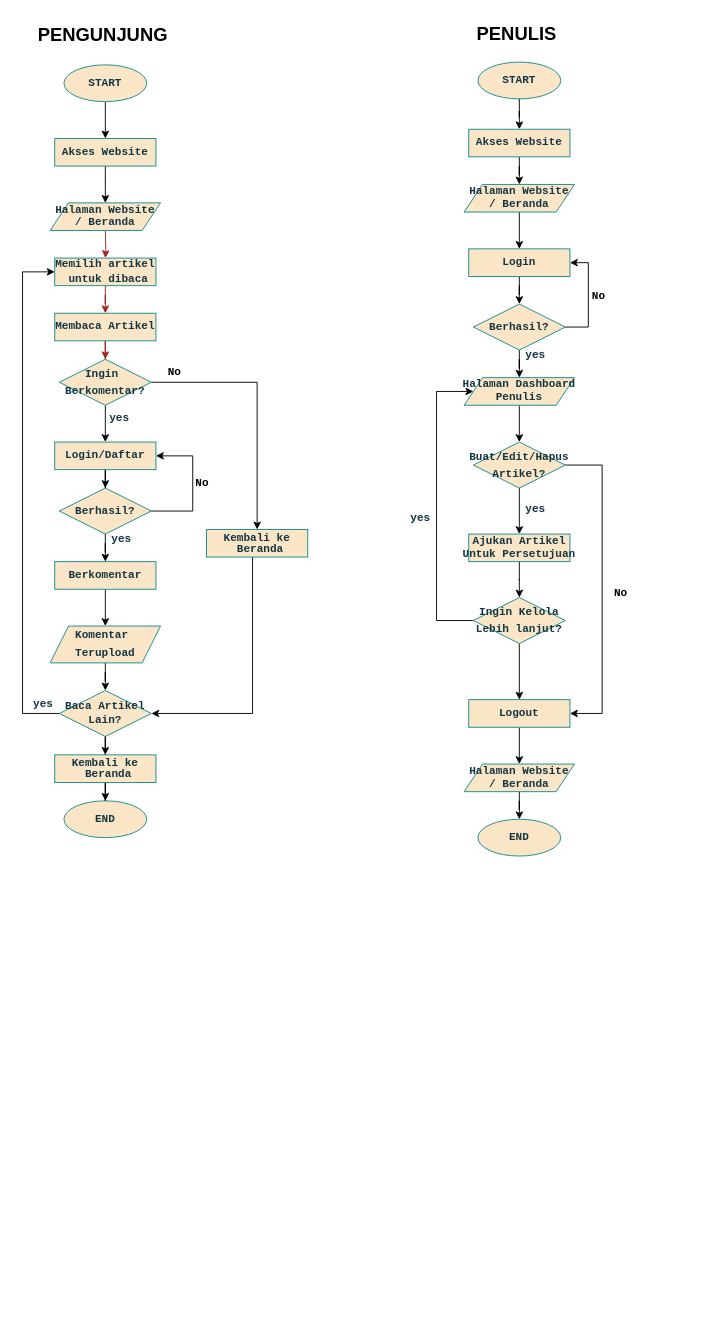
The draw.io diagram Untitled Diagram.drawio in EnjoyUrLife69/ARTICLE, before the edit. Source tidied: cells renumbered, new cells numbered last; positions are measured from the earlier drawing's top-left corner, leaving out a move shared by most shapes. Both pictures are drawn from the tidied source at 92%, with x=0, y=0 at pixel (22, 16).
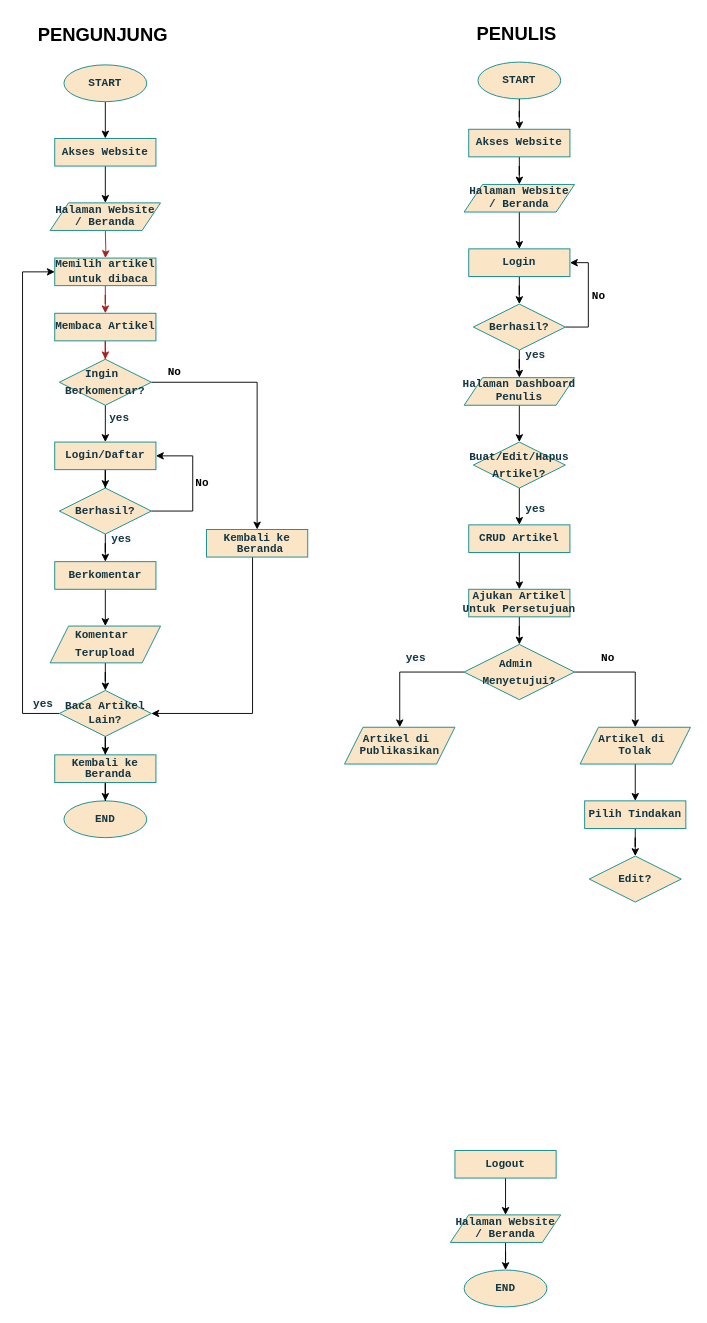
Above is the later version.

The change refers to these unchanged cells:
```xml
<mxCell id="53" value="&lt;pre style=&quot;line-height: 10%;&quot;&gt;Halaman Dashboard&lt;/pre&gt;&lt;pre style=&quot;line-height: 10%;&quot;&gt;Penulis&lt;/pre&gt;" style="shape=parallelogram;perimeter=parallelogramPerimeter;whiteSpace=wrap;html=1;fixedSize=1;fillColor=#FAE5C7;strokeColor=#0F8B8D;fontColor=#143642;labelBackgroundColor=none;fontStyle=1;" parent="1" vertex="1">
  <mxGeometry x="480" y="393" width="120" height="30" as="geometry" />
</mxCell>
<mxCell id="56" value="&lt;pre style=&quot;line-height: 50%;&quot;&gt;Buat/Edit/Hapus&lt;/pre&gt;&lt;pre style=&quot;line-height: 50%;&quot;&gt;Artikel?&lt;/pre&gt;" style="rhombus;whiteSpace=wrap;html=1;fillColor=#FAE5C7;strokeColor=#0F8B8D;fontColor=#143642;labelBackgroundColor=none;fontStyle=1;" parent="1" vertex="1">
  <mxGeometry x="490" y="463" width="100" height="50" as="geometry" />
</mxCell>
```

Change to the diagram source:
```diff
@@
-    <mxCell id="54" style="edgeStyle=orthogonalEdgeStyle;rounded=0;jettySize=auto;html=1;entryX=0.5;entryY=0;entryDx=0;entryDy=0;" parent="1" edge="1" source="56" target="59">
-      <mxGeometry relative="1" as="geometry" />
-    </mxCell>
-    <mxCell id="55" style="edgeStyle=orthogonalEdgeStyle;rounded=0;jettySize=auto;html=1;entryX=1;entryY=0.5;entryDx=0;entryDy=0;" parent="1" edge="1" source="56" target="65">
-      <mxGeometry relative="1" as="geometry">
-        <Array as="points">
-          <mxPoint x="630" y="488" />
-          <mxPoint x="630" y="758" />
-        </Array>
-      </mxGeometry>
-    </mxCell>
+    <mxCell id="72" style="edgeStyle=orthogonalEdgeStyle;rounded=0;jettySize=auto;html=1;" parent="1" edge="1" source="56" target="76">
+      <mxGeometry relative="1" as="geometry" />
+    </mxCell>
@@
     <mxCell id="59" value="&lt;pre style=&quot;line-height: 10%;&quot;&gt;Ajukan Artikel&lt;/pre&gt;&lt;pre style=&quot;line-height: 10%;&quot;&gt;Untuk Persetujuan&lt;/pre&gt;" style="whiteSpace=wrap;html=1;labelBackgroundColor=none;fillColor=#FAE5C7;strokeColor=#0F8B8D;fontColor=#143642;fontStyle=1;" parent="1" vertex="1">
-      <mxGeometry x="485" y="563" width="110" height="30" as="geometry" />
+      <mxGeometry x="485" y="623" width="110" height="30" as="geometry" />
     </mxCell>
-    <mxCell id="60" value="&lt;pre&gt;&lt;b&gt;No&lt;/b&gt;&lt;/pre&gt;" style="text;html=1;align=center;verticalAlign=middle;strokeColor=none;fillColor=none;" parent="1" vertex="1">
-      <mxGeometry x="630" y="603" width="40" height="50" as="geometry" />
-    </mxCell>
@@
     <mxCell id="63" value="&lt;pre&gt;END&lt;/pre&gt;" style="ellipse;whiteSpace=wrap;html=1;labelBackgroundColor=none;fillColor=#FAE5C7;strokeColor=#0F8B8D;fontColor=#143642;fontStyle=1;" parent="1" vertex="1">
-      <mxGeometry x="495" y="873" width="90" height="40" as="geometry" />
+      <mxGeometry x="480" y="1363" width="90" height="40" as="geometry" />
     </mxCell>
@@
     <mxCell id="65" value="&lt;pre style=&quot;line-height: 10%;&quot;&gt;Logout&lt;/pre&gt;" style="whiteSpace=wrap;html=1;labelBackgroundColor=none;fillColor=#FAE5C7;strokeColor=#0F8B8D;fontColor=#143642;fontStyle=1;" parent="1" vertex="1">
-      <mxGeometry x="485" y="743" width="110" height="30" as="geometry" />
+      <mxGeometry x="470" y="1233" width="110" height="30" as="geometry" />
     </mxCell>
@@
     <mxCell id="67" value="&lt;pre style=&quot;line-height: 10%;&quot;&gt;Halaman Website&lt;/pre&gt;&lt;pre style=&quot;line-height: 10%;&quot;&gt;/ Beranda&lt;/pre&gt;" style="shape=parallelogram;perimeter=parallelogramPerimeter;whiteSpace=wrap;html=1;fixedSize=1;fillColor=#FAE5C7;strokeColor=#0F8B8D;fontColor=#143642;labelBackgroundColor=none;fontStyle=1;" parent="1" vertex="1">
-      <mxGeometry x="480" y="813" width="120" height="30" as="geometry" />
+      <mxGeometry x="465" y="1303" width="120" height="30" as="geometry" />
     </mxCell>
-    <mxCell id="68" style="edgeStyle=orthogonalEdgeStyle;rounded=0;jettySize=auto;html=1;" parent="1" edge="1" source="70" target="65">
-      <mxGeometry relative="1" as="geometry" />
-    </mxCell>
-    <mxCell id="69" style="edgeStyle=orthogonalEdgeStyle;rounded=0;jettySize=auto;html=1;entryX=0;entryY=0.5;entryDx=0;entryDy=0;" parent="1" edge="1" source="70" target="53">
-      <mxGeometry relative="1" as="geometry">
-        <Array as="points">
-          <mxPoint x="450" y="657" />
-          <mxPoint x="450" y="408" />
-        </Array>
-      </mxGeometry>
-    </mxCell>
+    <mxCell id="73" style="edgeStyle=orthogonalEdgeStyle;rounded=0;jettySize=auto;html=1;entryX=0.5;entryY=0;entryDx=0;entryDy=0;" parent="1" edge="1" source="70" target="77">
+      <mxGeometry relative="1" as="geometry" />
+    </mxCell>
+    <mxCell id="74" style="edgeStyle=orthogonalEdgeStyle;rounded=0;jettySize=auto;html=1;entryX=0.5;entryY=0;entryDx=0;entryDy=0;" parent="1" edge="1" source="70" target="79">
+      <mxGeometry relative="1" as="geometry">
+        <Array as="points">
+          <mxPoint x="666" y="713" />
+        </Array>
+      </mxGeometry>
+    </mxCell>
-    <mxCell id="70" value="&lt;pre style=&quot;line-height: 50%;&quot;&gt;Ingin Kelola&lt;/pre&gt;&lt;pre style=&quot;line-height: 50%;&quot;&gt;Lebih lanjut?&lt;/pre&gt;" style="rhombus;whiteSpace=wrap;html=1;fillColor=#FAE5C7;strokeColor=#0F8B8D;fontColor=#143642;labelBackgroundColor=none;fontStyle=1;" parent="1" vertex="1">
-      <mxGeometry x="490" y="632" width="100" height="50" as="geometry" />
+    <mxCell id="70" value="&lt;pre style=&quot;line-height: 50%;&quot;&gt;Admin &lt;/pre&gt;&lt;pre style=&quot;line-height: 50%;&quot;&gt;Menyetujui?&lt;/pre&gt;" style="rhombus;whiteSpace=wrap;html=1;fillColor=#FAE5C7;strokeColor=#0F8B8D;fontColor=#143642;labelBackgroundColor=none;fontStyle=1;" parent="1" vertex="1">
+      <mxGeometry x="480" y="683" width="120" height="60" as="geometry" />
     </mxCell>
+    <mxCell id="75" style="edgeStyle=orthogonalEdgeStyle;rounded=0;jettySize=auto;html=1;" parent="1" edge="1" source="76" target="59">
+      <mxGeometry relative="1" as="geometry" />
+    </mxCell>
+    <mxCell id="76" value="&lt;pre style=&quot;line-height: 10%;&quot;&gt;CRUD Artikel&lt;/pre&gt;" style="whiteSpace=wrap;html=1;labelBackgroundColor=none;fillColor=#FAE5C7;strokeColor=#0F8B8D;fontColor=#143642;fontStyle=1;" parent="1" vertex="1">
+      <mxGeometry x="485" y="553" width="110" height="30" as="geometry" />
+    </mxCell>
+    <mxCell id="77" value="&lt;pre style=&quot;line-height: 10%;&quot;&gt;Artikel di &lt;/pre&gt;&lt;pre style=&quot;line-height: 10%;&quot;&gt;Publikasikan&lt;/pre&gt;" style="shape=parallelogram;perimeter=parallelogramPerimeter;whiteSpace=wrap;html=1;fixedSize=1;fillColor=#FAE5C7;strokeColor=#0F8B8D;fontColor=#143642;labelBackgroundColor=none;fontStyle=1;" parent="1" vertex="1">
+      <mxGeometry x="350" y="773" width="120" height="40" as="geometry" />
+    </mxCell>
+    <mxCell id="78" style="edgeStyle=orthogonalEdgeStyle;rounded=0;jettySize=auto;html=1;" parent="1" edge="1" source="79" target="81">
+      <mxGeometry relative="1" as="geometry" />
+    </mxCell>
+    <mxCell id="79" value="&lt;pre style=&quot;line-height: 10%;&quot;&gt;Artikel di &lt;/pre&gt;&lt;pre style=&quot;line-height: 10%;&quot;&gt;Tolak&lt;/pre&gt;" style="shape=parallelogram;perimeter=parallelogramPerimeter;whiteSpace=wrap;html=1;fixedSize=1;fillColor=#FAE5C7;strokeColor=#0F8B8D;fontColor=#143642;labelBackgroundColor=none;fontStyle=1;" parent="1" vertex="1">
+      <mxGeometry x="606" y="773" width="120" height="40" as="geometry" />
+    </mxCell>
+    <mxCell id="80" style="edgeStyle=orthogonalEdgeStyle;rounded=0;jettySize=auto;html=1;entryX=0.5;entryY=0;entryDx=0;entryDy=0;" parent="1" edge="1" source="81" target="82">
+      <mxGeometry relative="1" as="geometry" />
+    </mxCell>
+    <mxCell id="81" value="&lt;pre style=&quot;line-height: 10%;&quot;&gt;Pilih Tindakan&lt;/pre&gt;" style="whiteSpace=wrap;html=1;labelBackgroundColor=none;fillColor=#FAE5C7;strokeColor=#0F8B8D;fontColor=#143642;fontStyle=1;" parent="1" vertex="1">
+      <mxGeometry x="611" y="853" width="110" height="30" as="geometry" />
+    </mxCell>
+    <mxCell id="82" value="&lt;pre style=&quot;line-height: 50%;&quot;&gt;Edit?&lt;/pre&gt;" style="rhombus;whiteSpace=wrap;html=1;fillColor=#FAE5C7;strokeColor=#0F8B8D;fontColor=#143642;labelBackgroundColor=none;fontStyle=1;" parent="1" vertex="1">
+      <mxGeometry x="616" y="913" width="100" height="50" as="geometry" />
+    </mxCell>
     <mxCell id="71" value="&lt;pre style=&quot;forced-color-adjust: none; font-size: 12px; font-style: normal; font-variant-ligatures: normal; font-variant-caps: normal; letter-spacing: normal; orphans: 2; text-indent: 0px; text-transform: none; widows: 2; word-spacing: 0px; -webkit-text-stroke-width: 0px; text-decoration-thickness: initial; text-decoration-style: initial; text-decoration-color: initial; color: light-dark(rgb(20, 54, 66), rgb(173, 202, 213)); font-weight: 700; text-align: center; background-color: light-dark(rgb(251, 251, 251), rgb(21, 21, 21));&quot;&gt;yes&lt;/pre&gt;" style="text;whiteSpace=wrap;html=1;" parent="1" vertex="1">
-      <mxGeometry x="420" y="520" width="50" height="60" as="geometry" />
+      <mxGeometry x="415" y="673" width="50" height="60" as="geometry" />
     </mxCell>
+    <mxCell id="60" value="&lt;pre&gt;&lt;b&gt;No&lt;/b&gt;&lt;/pre&gt;" style="text;html=1;align=center;verticalAlign=middle;strokeColor=none;fillColor=none;" parent="1" vertex="1">
+      <mxGeometry x="616" y="673" width="40" height="50" as="geometry" />
+    </mxCell>
```
